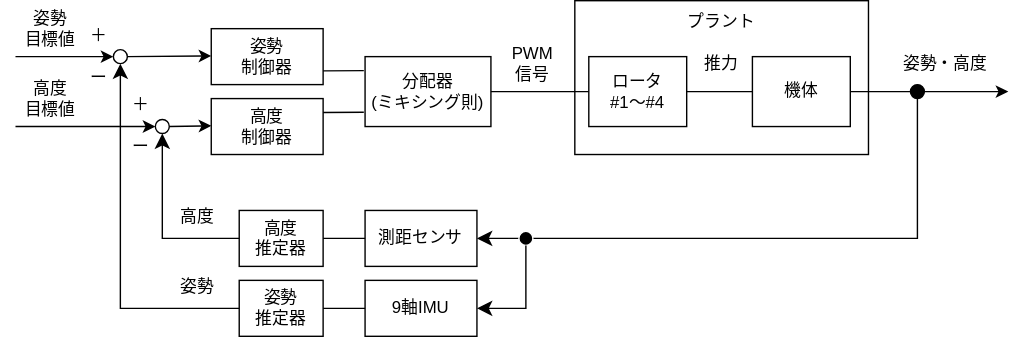
Before: doc/block.drawio.svg, a diagram exported from draw.io (kn4ts/MiniDrone). Source tidied: cells renumbered, new cells last; positions are measured from the earlier drawing's top-left corner, leaving out a move shared by most shapes.
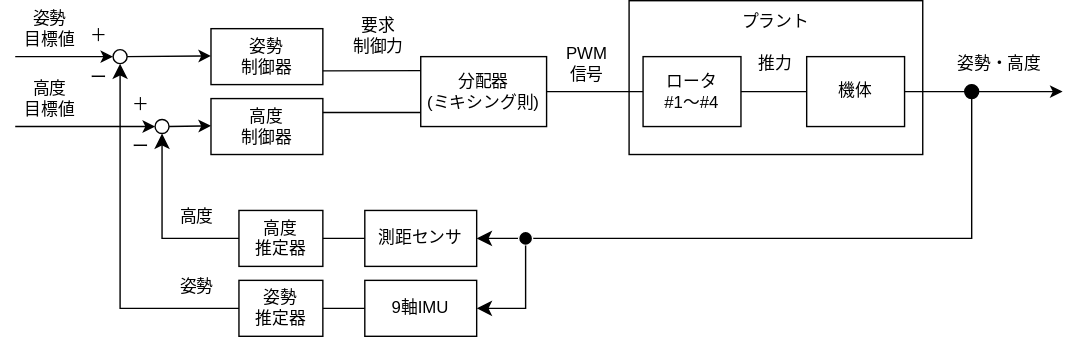
Later version of the same file.

Diff of the diagram source:
```diff
@@ -6,36 +6,34 @@
       <mxGeometry x="150" y="20" width="80" height="40" as="geometry" />
     </mxCell>
     <mxCell id="3" style="rounded=0;whiteSpace=wrap;html=1;" parent="1" vertex="1">
-      <mxGeometry x="410" width="210" height="110" as="geometry" />
+      <mxGeometry x="449" width="210" height="110" as="geometry" />
     </mxCell>
     <mxCell id="4" value="PWM&lt;br&gt;信号" style="text;strokeColor=none;align=center;fillColor=none;html=1;verticalAlign=middle;whiteSpace=wrap;rounded=0;" parent="1" vertex="1">
-      <mxGeometry x="360" y="30" width="40" height="30" as="geometry" />
+      <mxGeometry x="399" y="30" width="40" height="30" as="geometry" />
     </mxCell>
     <mxCell id="5" value="高度&lt;br&gt;制御器" style="rounded=0;whiteSpace=wrap;html=1;" parent="1" vertex="1">
       <mxGeometry x="150" y="70" width="80" height="40" as="geometry" />
     </mxCell>
     <mxCell id="6" value="分配器&lt;br&gt;(ミキシング則)" style="whiteSpace=wrap;html=1;fillColor=default;" parent="1" vertex="1">
-      <mxGeometry x="260" y="40" width="90" height="50" as="geometry" />
+      <mxGeometry x="300" y="40" width="90" height="50" as="geometry" />
     </mxCell>
-    <mxCell id="7" style="edgeStyle=none;html=1;endArrow=none;endFill=0;entryX=-0.009;entryY=0.163;entryDx=0;entryDy=0;entryPerimeter=0;exitX=1;exitY=0.75;exitDx=0;exitDy=0;" parent="1" edge="1">
+    <mxCell id="7" style="edgeStyle=none;html=1;endArrow=none;endFill=0;entryX=0;entryY=0.8;entryDx=0;entryDy=0;entryPerimeter=0;exitX=1;exitY=0.75;exitDx=0;exitDy=0;" parent="1" edge="1" target="6">
       <mxGeometry relative="1" as="geometry">
         <mxPoint x="230" y="80" as="sourcePoint" />
-        <mxPoint x="259.1" y="79.8" as="targetPoint" />
       </mxGeometry>
     </mxCell>
-    <mxCell id="8" style="edgeStyle=none;html=1;endArrow=none;endFill=0;entryX=-0.009;entryY=0.163;entryDx=0;entryDy=0;entryPerimeter=0;exitX=1;exitY=0.75;exitDx=0;exitDy=0;" parent="1" edge="1">
+    <mxCell id="8" style="edgeStyle=none;html=1;endArrow=none;endFill=0;entryX=0;entryY=0.2;entryDx=0;entryDy=0;entryPerimeter=0;exitX=1;exitY=0.75;exitDx=0;exitDy=0;" parent="1" edge="1" target="6">
       <mxGeometry relative="1" as="geometry">
         <mxPoint x="230" y="50.2" as="sourcePoint" />
-        <mxPoint x="259.1" y="50" as="targetPoint" />
       </mxGeometry>
     </mxCell>
     <mxCell id="9" style="edgeStyle=none;html=1;endArrow=none;endFill=0;exitX=1;exitY=0.5;exitDx=0;exitDy=0;" parent="1" edge="1" source="6">
       <mxGeometry relative="1" as="geometry">
-        <mxPoint x="420" y="65" as="targetPoint" />
+        <mxPoint x="459" y="65" as="targetPoint" />
       </mxGeometry>
     </mxCell>
     <mxCell id="10" value="ロータ&lt;br&gt;#1～#4" style="whiteSpace=wrap;html=1;fillColor=default;" parent="1" vertex="1">
-      <mxGeometry x="420" y="40" width="70" height="50" as="geometry" />
+      <mxGeometry x="459" y="40" width="70" height="50" as="geometry" />
     </mxCell>
     <mxCell id="11" style="edgeStyle=none;html=1;endArrow=none;endFill=0;" parent="1" edge="1" source="13" target="10">
       <mxGeometry relative="1" as="geometry" />
@@ -44,18 +42,18 @@
       <mxGeometry relative="1" as="geometry" />
     </mxCell>
     <mxCell id="13" value="機体" style="whiteSpace=wrap;html=1;fillColor=default;" parent="1" vertex="1">
-      <mxGeometry x="537" y="40" width="70" height="50" as="geometry" />
+      <mxGeometry x="576" y="40" width="70" height="50" as="geometry" />
     </mxCell>
     <mxCell id="14" value="プラント" style="text;strokeColor=none;align=center;fillColor=none;html=1;verticalAlign=middle;whiteSpace=wrap;rounded=0;" parent="1" vertex="1">
-      <mxGeometry x="490" width="50" height="30" as="geometry" />
+      <mxGeometry x="529" width="50" height="30" as="geometry" />
     </mxCell>
     <mxCell id="15" style="endArrow=classic;html=1;exitX=1;exitY=0.5;exitDx=0;exitDy=0;startArrow=none;" parent="1" edge="1" source="16">
       <mxGeometry relative="1" as="geometry">
-        <mxPoint x="720" y="65" as="targetPoint" />
+        <mxPoint x="759" y="65" as="targetPoint" />
       </mxGeometry>
     </mxCell>
     <mxCell id="16" style="ellipse;whiteSpace=wrap;html=1;fillColor=#000000;" parent="1" vertex="1">
-      <mxGeometry x="650" y="60" width="10" height="10" as="geometry" />
+      <mxGeometry x="689" y="60" width="10" height="10" as="geometry" />
     </mxCell>
     <mxCell id="17" value="測距センサ" style="rounded=0;whiteSpace=wrap;html=1;" parent="1" vertex="1">
       <mxGeometry x="260" y="150" width="80" height="40" as="geometry" />
@@ -66,15 +64,15 @@
     <mxCell id="19" style="edgeStyle=segmentEdgeStyle;endArrow=none;html=1;curved=0;rounded=0;endSize=8;startSize=8;startArrow=classic;startFill=1;endFill=0;entryX=0.5;entryY=1;entryDx=0;entryDy=0;exitX=1;exitY=0.5;exitDx=0;exitDy=0;" parent="1" edge="1" source="17" target="16">
       <mxGeometry relative="1" as="geometry">
         <Array as="points">
-          <mxPoint x="655" y="170" />
+          <mxPoint x="694" y="170" />
         </Array>
       </mxGeometry>
     </mxCell>
     <mxCell id="20" value="推力" style="text;strokeColor=none;align=center;fillColor=none;html=1;verticalAlign=middle;whiteSpace=wrap;rounded=0;" parent="1" vertex="1">
-      <mxGeometry x="495" y="30" width="40" height="30" as="geometry" />
+      <mxGeometry x="534" y="30" width="40" height="30" as="geometry" />
     </mxCell>
     <mxCell id="21" value="姿勢・高度&lt;br&gt;" style="text;strokeColor=none;align=center;fillColor=none;html=1;verticalAlign=middle;whiteSpace=wrap;rounded=0;" parent="1" vertex="1">
-      <mxGeometry x="640" y="30" width="70" height="30" as="geometry" />
+      <mxGeometry x="679" y="30" width="70" height="30" as="geometry" />
     </mxCell>
     <mxCell id="22" style="edgeStyle=segmentEdgeStyle;endArrow=classic;html=1;curved=0;rounded=0;endSize=8;startSize=8;startArrow=none;startFill=0;endFill=1;entryX=0.5;entryY=1;entryDx=0;entryDy=0;exitX=0;exitY=0.5;exitDx=0;exitDy=0;" parent="1" edge="1" source="18" target="31">
       <mxGeometry relative="1" as="geometry">
@@ -162,5 +160,8 @@
     <mxCell id="42" value="ー" style="text;strokeColor=none;align=center;fillColor=none;html=1;verticalAlign=middle;whiteSpace=wrap;rounded=0;" parent="1" vertex="1">
       <mxGeometry x="90" y="100" width="20" height="10" as="geometry" />
     </mxCell>
+    <mxCell id="43" value="要求&lt;br&gt;制御力" style="text;strokeColor=none;align=center;fillColor=none;html=1;verticalAlign=middle;whiteSpace=wrap;rounded=0;" parent="1" vertex="1">
+      <mxGeometry x="250" y="10" width="40" height="30" as="geometry" />
+    </mxCell>
   </root>
 </mxGraphModel>
```
